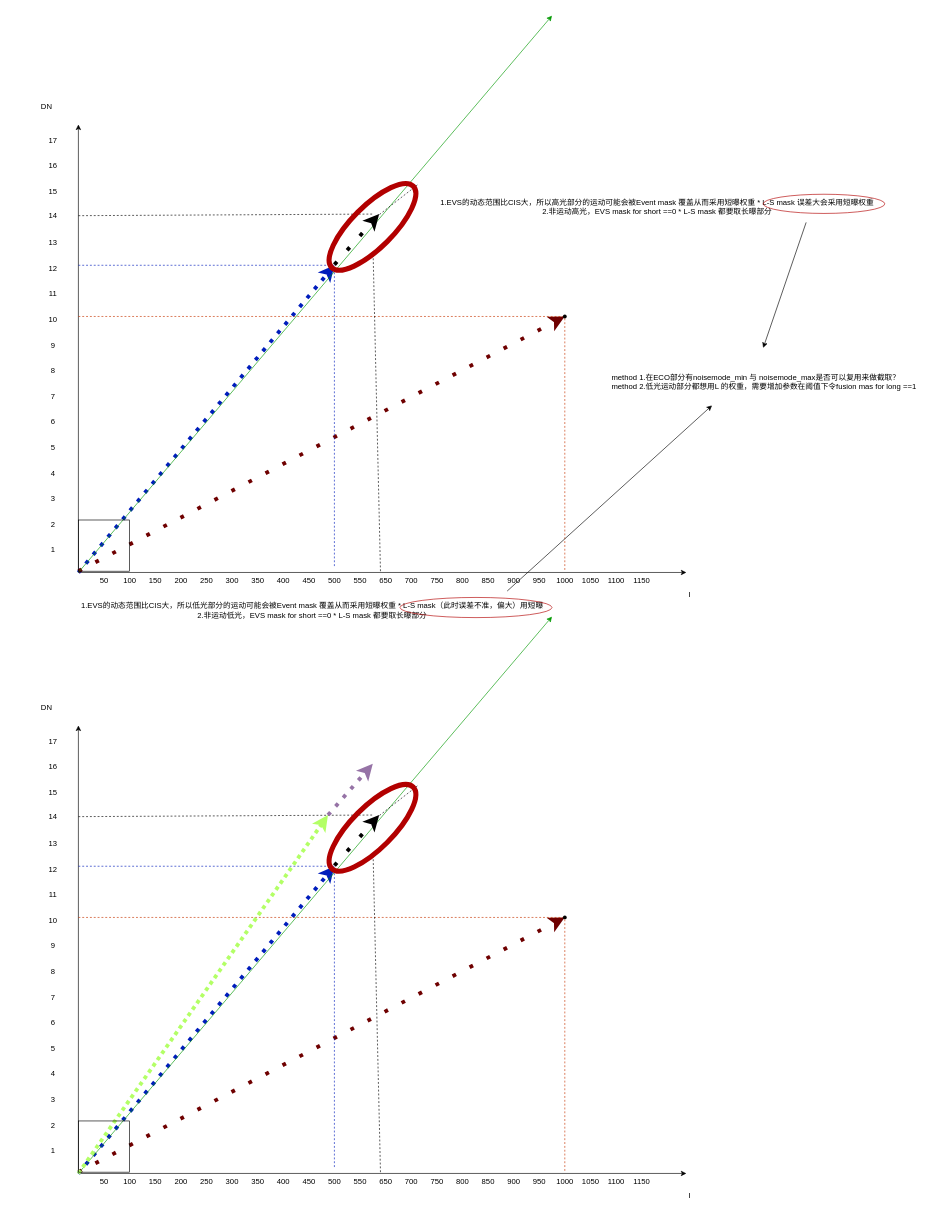
Earlier version of the draw.io diagram page "HDR" (24 of 26) of sunshine.drawio (leixuehui/drawio). Source tidied: cells renumbered, new cells numbered last; positions are measured from the earlier drawing's top-left corner, leaving out a move shared by most shapes. Both pictures are drawn from the tidied source at 64%, with x=0, y=0 at pixel (33, 15).
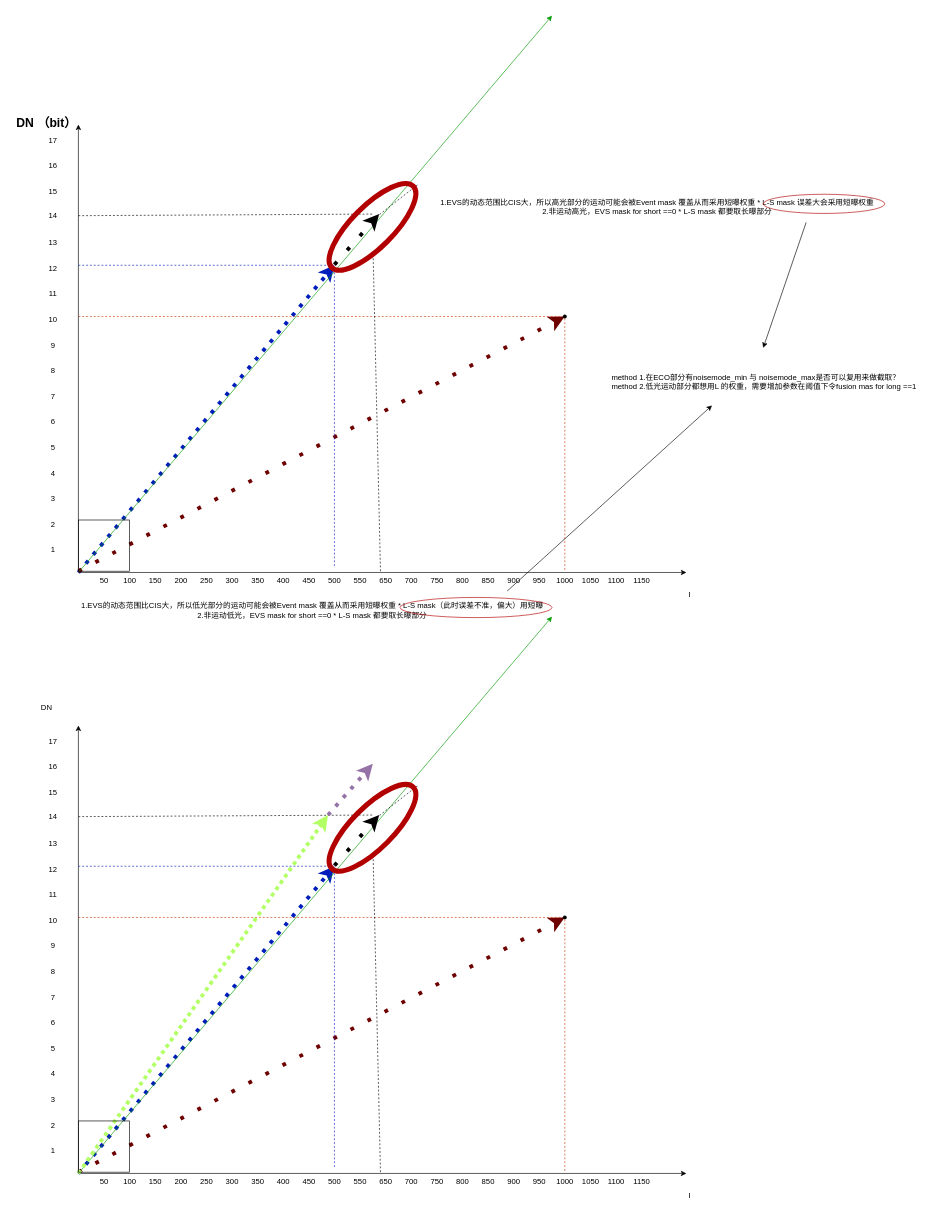
After the change.

Change to the diagram source:
```diff
@@
-    <mxCell id="63" value="&lt;div&gt;DN&lt;/div&gt;&lt;div&gt;&lt;br&gt;&lt;/div&gt;" style="text;html=1;align=center;verticalAlign=middle;strokeColor=none;fillColor=none;" parent="1" vertex="1">
-      <mxGeometry y="130" width="40" height="40" as="geometry" />
+    <mxCell id="63" value="&lt;div&gt;DN （bit）&lt;/div&gt;&lt;div&gt;&lt;br&gt;&lt;/div&gt;" style="text;html=1;align=center;verticalAlign=middle;strokeColor=none;fillColor=none;fontSize=19;fontStyle=1;" parent="1" vertex="1">
+      <mxGeometry x="-35" y="150" width="110" height="60" as="geometry" />
     </mxCell>
```
